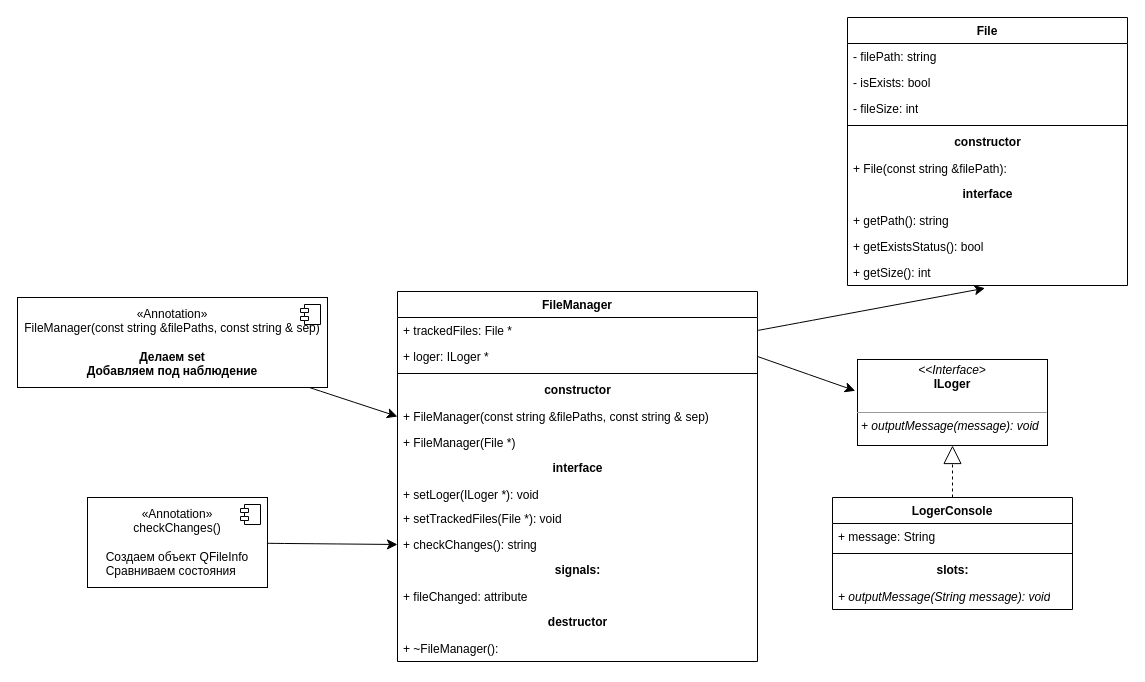
Before: class-diagram.drawio in kvintes/course-soft-dev-1lab-file-monitoring, a draw.io diagram. Source tidied: cells renumbered, new cells numbered last; positions are measured from the earlier drawing's top-left corner, leaving out a move shared by most shapes. Both pictures are drawn from the tidied source at 100%, with x=0, y=0 at pixel (17, 17).
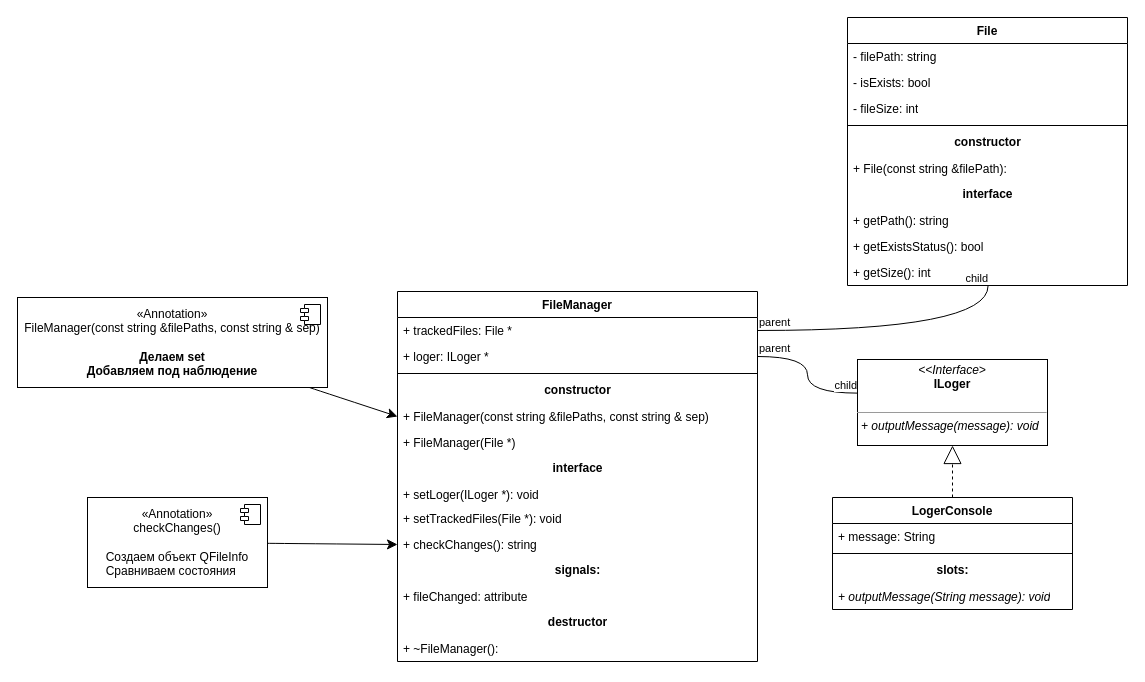
Above is the later version.

Commit message:
fix association connect in UML

Unchanged cells that the change refers to:
```xml
<mxCell id="12" value="+ getSize(): int" style="text;strokeColor=none;fillColor=none;align=left;verticalAlign=top;spacingLeft=4;spacingRight=4;overflow=hidden;points=[[0,0.5],[1,0.5]];portConstraint=eastwest;whiteSpace=wrap;html=1;" parent="2" vertex="1">
  <mxGeometry y="242" width="280" height="26" as="geometry" />
</mxCell>
<mxCell id="14" value="+ trackedFiles: File *" style="text;strokeColor=none;fillColor=none;align=left;verticalAlign=top;spacingLeft=4;spacingRight=4;overflow=hidden;points=[[0,0.5],[1,0.5]];portConstraint=eastwest;whiteSpace=wrap;html=1;" parent="13" vertex="1">
  <mxGeometry y="26" width="360" height="26" as="geometry" />
</mxCell>
<mxCell id="15" value="+ loger: ILoger *" style="text;strokeColor=none;fillColor=none;align=left;verticalAlign=top;spacingLeft=4;spacingRight=4;overflow=hidden;points=[[0,0.5],[1,0.5]];portConstraint=eastwest;whiteSpace=wrap;html=1;" parent="13" vertex="1">
  <mxGeometry y="52" width="360" height="26" as="geometry" />
</mxCell>
<mxCell id="34" value="&lt;p style=&quot;margin:0px;margin-top:4px;text-align:center;&quot;&gt;&lt;i&gt;&amp;lt;&amp;lt;Interface&amp;gt;&lt;/i&gt;&lt;br&gt;&lt;b&gt;ILoger&lt;/b&gt;&lt;/p&gt;&lt;p style=&quot;margin:0px;margin-left:4px;&quot;&gt;&lt;br&gt;&lt;/p&gt;&lt;hr size=&quot;1&quot;&gt;&lt;p style=&quot;margin:0px;margin-left:4px;&quot;&gt;&lt;i&gt;+ outputMessage(message): void&lt;/i&gt;&lt;br&gt;&lt;/p&gt;" style="verticalAlign=top;align=left;overflow=fill;fontSize=12;fontFamily=Helvetica;html=1;whiteSpace=wrap;" parent="1" vertex="1">
  <mxGeometry x="840" y="342" width="190" height="86" as="geometry" />
</mxCell>
```

What changed in the source:
```diff
@@
-    <mxCell id="41" style="edgeStyle=none;curved=1;rounded=0;jettySize=auto;html=1;exitX=1;exitY=0.5;exitDx=0;exitDy=0;entryX=0.491;entryY=1.104;entryDx=0;entryDy=0;entryPerimeter=0;fontSize=12;startSize=8;endSize=8;" parent="1" edge="1" source="14" target="12">
+    <mxCell id="41" style="endArrow=none;html=1;edgeStyle=orthogonalEdgeStyle;rounded=0;fontSize=12;startSize=8;endSize=8;curved=1;exitX=1;exitY=0.5;exitDx=0;exitDy=0;entryX=0.502;entryY=1.015;entryDx=0;entryDy=0;entryPerimeter=0;" parent="1" edge="1" source="14" target="12">
       <mxGeometry relative="1" as="geometry" />
     </mxCell>
+    <mxCell id="43" value="parent" style="edgeLabel;html=1;align=left;verticalAlign=bottom;" parent="41" vertex="1">
+      <mxGeometry x="-1" relative="1" as="geometry" />
+    </mxCell>
+    <mxCell id="44" value="child" style="edgeLabel;html=1;align=right;verticalAlign=bottom;" parent="41" vertex="1">
+      <mxGeometry x="1" relative="1" as="geometry" />
+    </mxCell>
-    <mxCell id="42" style="edgeStyle=none;curved=1;rounded=0;jettySize=auto;html=1;exitX=1;exitY=0.5;exitDx=0;exitDy=0;entryX=-0.012;entryY=0.364;entryDx=0;entryDy=0;entryPerimeter=0;fontSize=12;startSize=8;endSize=8;" parent="1" edge="1" source="15" target="34">
+    <mxCell id="42" style="endArrow=none;html=1;edgeStyle=orthogonalEdgeStyle;rounded=0;fontSize=12;startSize=8;endSize=8;curved=1;entryX=0.001;entryY=0.391;entryDx=0;entryDy=0;entryPerimeter=0;exitX=1;exitY=0.5;exitDx=0;exitDy=0;" parent="1" edge="1" source="15" target="34">
       <mxGeometry relative="1" as="geometry" />
     </mxCell>
+    <mxCell id="45" value="parent" style="edgeLabel;html=1;align=left;verticalAlign=bottom;" parent="42" vertex="1">
+      <mxGeometry x="-1" relative="1" as="geometry" />
+    </mxCell>
+    <mxCell id="46" value="child" style="edgeLabel;html=1;align=right;verticalAlign=bottom;" parent="42" vertex="1">
+      <mxGeometry x="1" relative="1" as="geometry" />
+    </mxCell>
```
